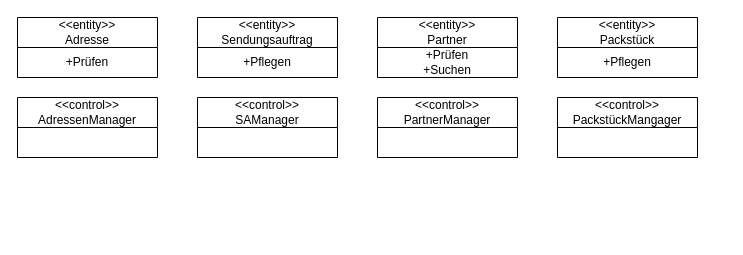
Above: page "Übung-Technischer-Entwurf" (4 of 4) of Datenmodell.drawio in JaSc2912/VerteilteAnwendungen (draw.io), before the change. Source tidied: cells renumbered, new cells numbered last; positions are measured from the earlier drawing's top-left corner, leaving out a move shared by most shapes. Both pictures are drawn from the tidied source at 100%, with x=0, y=0 at pixel (17, 17).
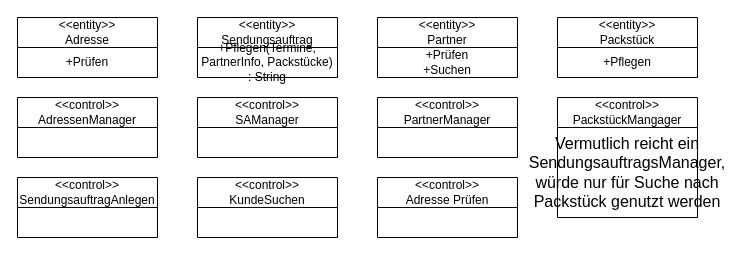
Above is the later version.

The edit, as a diff of the source:
```diff
@@
 <mxGraphModel>
   <root>
     <mxCell id="0" />
     <mxCell id="1" parent="0" />
     <mxCell id="2" value="&amp;lt;&amp;lt;entity&amp;gt;&amp;gt;&lt;br&gt;Adresse" style="swimlane;fontStyle=0;horizontal=1;startSize=30;fillColor=none;whiteSpace=wrap;html=1;" parent="1" vertex="1">
       <mxGeometry width="140" height="60" as="geometry" />
     </mxCell>
     <mxCell id="3" value="&lt;div&gt;+Prüfen&lt;/div&gt;" style="text;html=1;align=center;verticalAlign=middle;whiteSpace=wrap;rounded=0;" parent="2" vertex="1">
       <mxGeometry y="30" width="140" height="30" as="geometry" />
     </mxCell>
     <mxCell id="4" value="&amp;lt;&amp;lt;entity&amp;gt;&amp;gt;&lt;br&gt;Sendungsauftrag" style="swimlane;fontStyle=0;horizontal=1;startSize=30;fillColor=none;whiteSpace=wrap;html=1;" parent="1" vertex="1">
       <mxGeometry x="180" width="140" height="60" as="geometry" />
     </mxCell>
-    <mxCell id="5" value="+Pflegen" style="text;html=1;align=center;verticalAlign=middle;whiteSpace=wrap;rounded=0;" parent="4" vertex="1">
+    <mxCell id="5" value="+Pflegen(Termine, PartnerInfo, Packstücke) : String" style="text;html=1;align=center;verticalAlign=middle;whiteSpace=wrap;rounded=0;" parent="4" vertex="1">
       <mxGeometry y="30" width="140" height="30" as="geometry" />
     </mxCell>
     <mxCell id="6" value="&amp;lt;&amp;lt;entity&amp;gt;&amp;gt;&lt;br&gt;Partner" style="swimlane;fontStyle=0;horizontal=1;startSize=30;fillColor=none;whiteSpace=wrap;html=1;" parent="1" vertex="1">
       <mxGeometry x="360" width="140" height="60" as="geometry" />
     </mxCell>
     <mxCell id="7" value="+Prüfen&lt;br&gt;+Suchen" style="text;html=1;align=center;verticalAlign=middle;whiteSpace=wrap;rounded=0;" parent="6" vertex="1">
       <mxGeometry y="30" width="140" height="30" as="geometry" />
     </mxCell>
     <mxCell id="8" value="&amp;lt;&amp;lt;entity&amp;gt;&amp;gt;&lt;br&gt;Packstück" style="swimlane;fontStyle=0;horizontal=1;startSize=30;fillColor=none;whiteSpace=wrap;html=1;" parent="1" vertex="1">
       <mxGeometry x="540" width="140" height="60" as="geometry" />
     </mxCell>
     <mxCell id="9" value="+Pflegen" style="text;html=1;align=center;verticalAlign=middle;whiteSpace=wrap;rounded=0;" parent="8" vertex="1">
       <mxGeometry y="30" width="140" height="30" as="geometry" />
     </mxCell>
     <mxCell id="10" value="&amp;lt;&amp;lt;control&amp;gt;&amp;gt;&lt;br&gt;AdressenManager" style="swimlane;fontStyle=0;horizontal=1;startSize=30;fillColor=none;whiteSpace=wrap;html=1;" parent="1" vertex="1">
       <mxGeometry y="80" width="140" height="60" as="geometry" />
     </mxCell>
     <mxCell id="11" value="&amp;lt;&amp;lt;control&amp;gt;&amp;gt;&lt;br&gt;SAManager" style="swimlane;fontStyle=0;horizontal=1;startSize=30;fillColor=none;whiteSpace=wrap;html=1;" parent="1" vertex="1">
       <mxGeometry x="180" y="80" width="140" height="60" as="geometry" />
     </mxCell>
     <mxCell id="12" value="&amp;lt;&amp;lt;control&amp;gt;&amp;gt;&lt;br&gt;PartnerManager" style="swimlane;fontStyle=0;horizontal=1;startSize=30;fillColor=none;whiteSpace=wrap;html=1;" parent="1" vertex="1">
       <mxGeometry x="360" y="80" width="140" height="60" as="geometry" />
     </mxCell>
     <mxCell id="13" value="&amp;lt;&amp;lt;control&amp;gt;&amp;gt;&lt;br&gt;PackstückMangager" style="swimlane;fontStyle=0;horizontal=1;startSize=30;fillColor=none;whiteSpace=wrap;html=1;" parent="1" vertex="1">
-      <mxGeometry x="540" y="80" width="140" height="60" as="geometry" />
+      <mxGeometry x="540" y="80" width="140" height="120" as="geometry" />
     </mxCell>
+    <mxCell id="14" value="Vermutlich reicht ein SendungsauftragsManager, würde nur für Suche nach Packstück genutzt werden" style="text;strokeColor=none;fillColor=none;html=1;align=center;verticalAlign=middle;whiteSpace=wrap;rounded=0;fontSize=16;" parent="13" vertex="1">
+      <mxGeometry y="30" width="140" height="90" as="geometry" />
+    </mxCell>
+    <mxCell id="15" value="&amp;lt;&amp;lt;control&amp;gt;&amp;gt;&lt;br&gt;SendungsauftragAnlegen" style="swimlane;fontStyle=0;horizontal=1;startSize=30;fillColor=none;whiteSpace=wrap;html=1;" parent="1" vertex="1">
+      <mxGeometry y="160" width="140" height="60" as="geometry" />
+    </mxCell>
+    <mxCell id="16" value="&amp;lt;&amp;lt;control&amp;gt;&amp;gt;&lt;br&gt;KundeSuchen" style="swimlane;fontStyle=0;horizontal=1;startSize=30;fillColor=none;whiteSpace=wrap;html=1;" parent="1" vertex="1">
+      <mxGeometry x="180" y="160" width="140" height="60" as="geometry" />
+    </mxCell>
+    <mxCell id="17" value="&amp;lt;&amp;lt;control&amp;gt;&amp;gt;&lt;br&gt;Adresse Prüfen" style="swimlane;fontStyle=0;horizontal=1;startSize=30;fillColor=none;whiteSpace=wrap;html=1;" parent="1" vertex="1">
+      <mxGeometry x="360" y="160" width="140" height="60" as="geometry" />
+    </mxCell>
   </root>
 </mxGraphModel>
```
